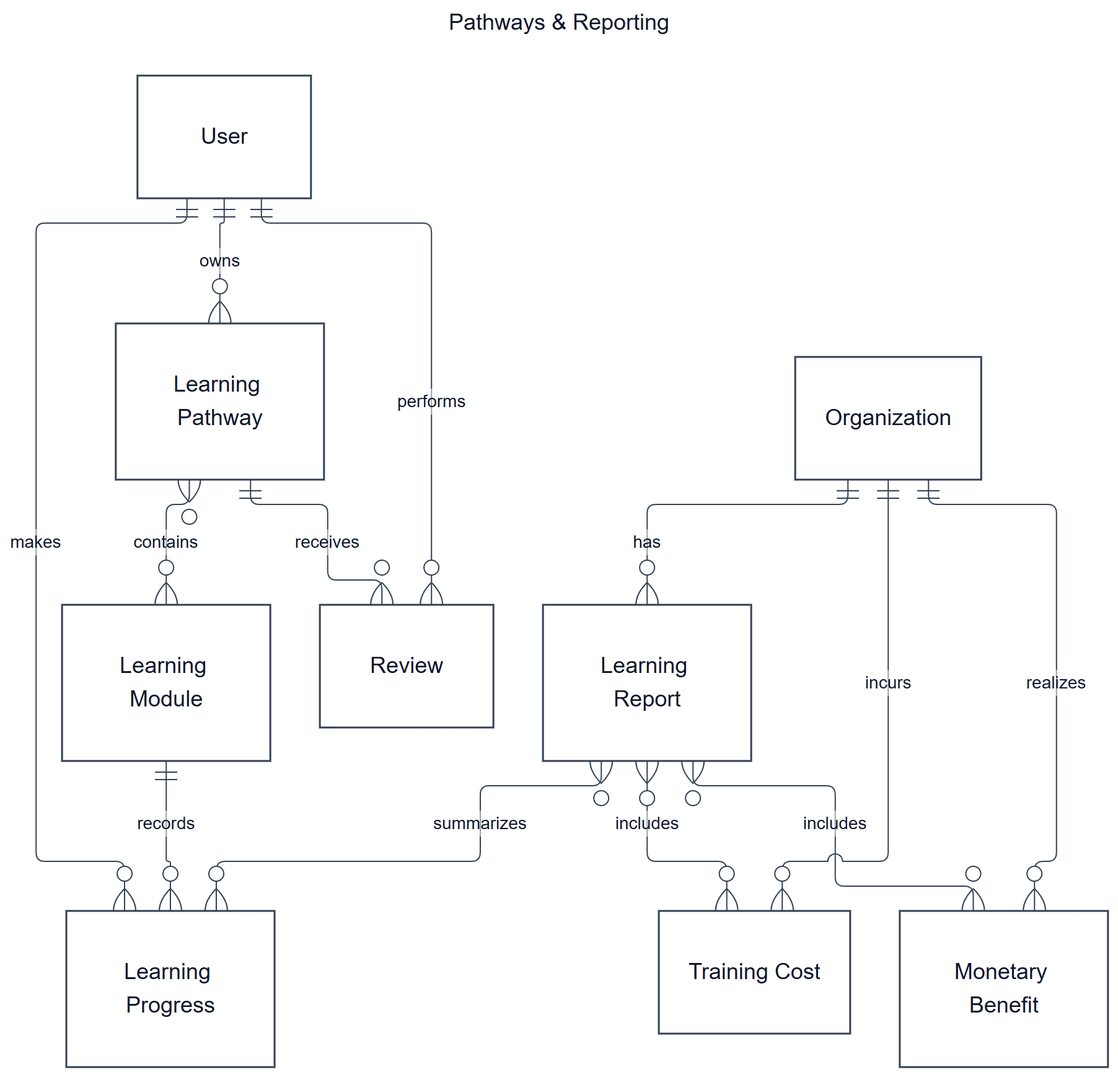
Earlier version of the Mermaid export documents/diagrams/mermaid/cerd-04.png (SEP490-Fall-2026-GFA26SE64/SEP490). Its source is kept beside it as documents/diagrams/mermaid/cerd-04.mmd.
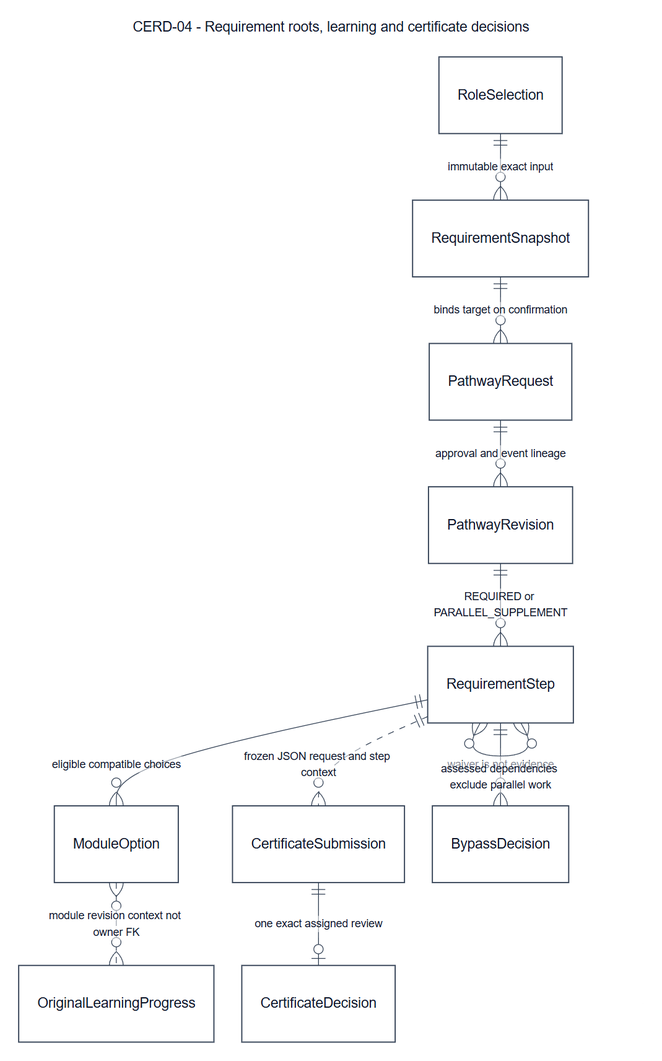
After the change.

What changed in the source:
```diff
@@ -1,7 +1,7 @@
 ---
-title: "Pathways & Reporting"
+title: "CERD-04 - Requirement roots, learning and certificate decisions"
 config:
-  layout: elk
+  layout: dagre
   look: classic
   theme: base
   fontFamily: "Arial, sans-serif"
@@ -9,25 +9,16 @@
   themeVariables: {background: "#ffffff", primaryColor: "#ffffff", primaryTextColor: "#0f172a", primaryBorderColor: "#334155", lineColor: "#334155", textColor: "#0f172a", edgeLabelBackground: "#ffffff", fontSize: "18px"}
   er: {nodeSpacing: 36, rankSpacing: 65, minEntityWidth: 140, diagramPadding: 24}
 ---
+
 erDiagram
-  C04_Organization["Organization"]
-  C04_User["User"]
-  C04_Pathway["Learning Pathway"]
-  C04_Module["Learning Module"]
-  C04_Review["Review"]
-  C04_Progress["Learning Progress"]
-  C04_Report["Learning Report"]
-  C04_Cost["Training Cost"]
-  C04_Benefit["Monetary Benefit"]
-  C04_User ||--o{ C04_Pathway : "owns"
-  C04_Pathway }o--o{ C04_Module : "contains"
-  C04_User ||--o{ C04_Review : "performs"
-  C04_Pathway ||--o{ C04_Review : "receives"
-  C04_User ||--o{ C04_Progress : "makes"
-  C04_Module ||--o{ C04_Progress : "records"
-  C04_Organization ||--o{ C04_Report : "has"
-  C04_Report }o--o{ C04_Progress : "summarizes"
-  C04_Organization ||--o{ C04_Cost : "incurs"
-  C04_Organization ||--o{ C04_Benefit : "realizes"
-  C04_Report }o--o{ C04_Cost : "includes"
-  C04_Report }o--o{ C04_Benefit : "includes"
+  direction TB
+  RoleSelection ||--o{ RequirementSnapshot : "immutable exact input"
+  RequirementSnapshot ||--o{ PathwayRequest : "binds target on confirmation"
+  PathwayRequest ||--o{ PathwayRevision : "approval and event lineage"
+  PathwayRevision ||--o{ RequirementStep : "REQUIRED or PARALLEL_SUPPLEMENT"
+  RequirementStep ||--o{ ModuleOption : "eligible compatible choices"
+  ModuleOption }o..o{ OriginalLearningProgress : "module revision context not owner FK"
+  RequirementStep ||..o{ CertificateSubmission : "frozen JSON request and step context"
+  CertificateSubmission ||--o| CertificateDecision : "one exact assigned review"
+  RequirementStep ||--o{ BypassDecision : "waiver is not evidence"
+  RequirementStep }o--o{ RequirementStep : "assessed dependencies exclude parallel work"
```
